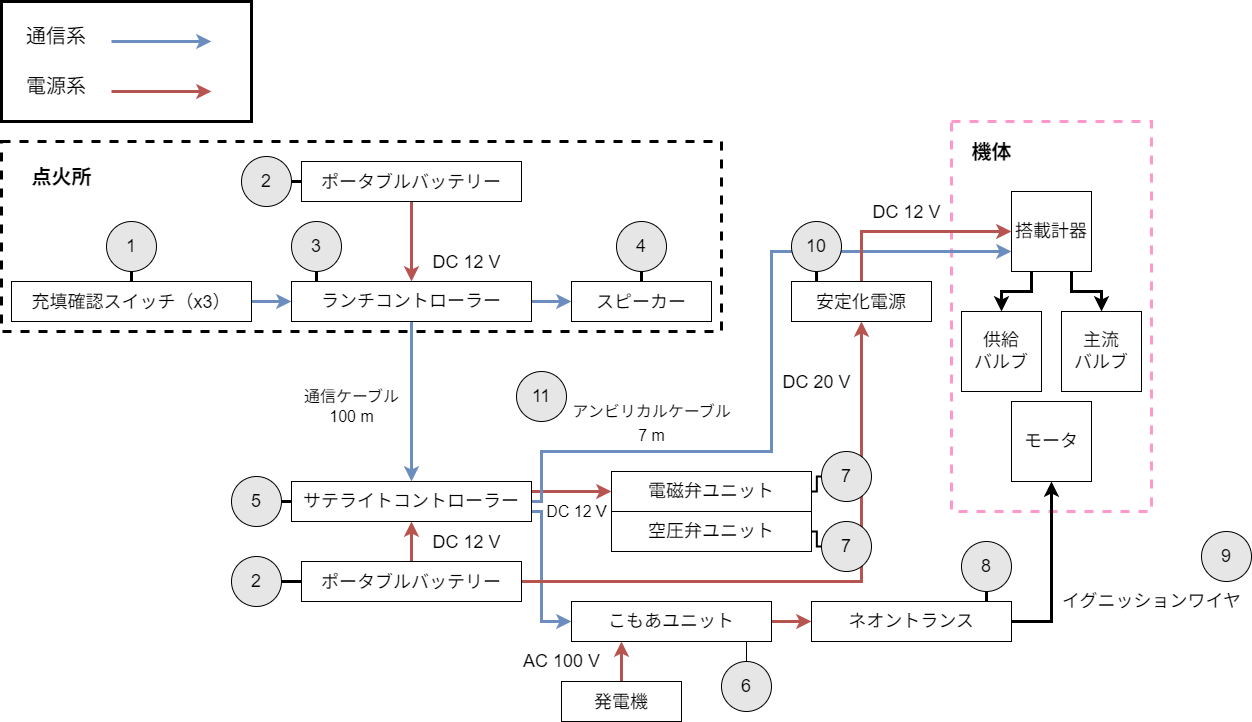
Earlier version of the draw.io export Documents/Pictures/SafetyReview/WiringSystemDiagram.png (tokai-student-rocket-project/Gen6-GSE-Elec). Source tidied: cells renumbered, new cells last; positions are measured from the earlier drawing's top-left corner, leaving out a move shared by most shapes.
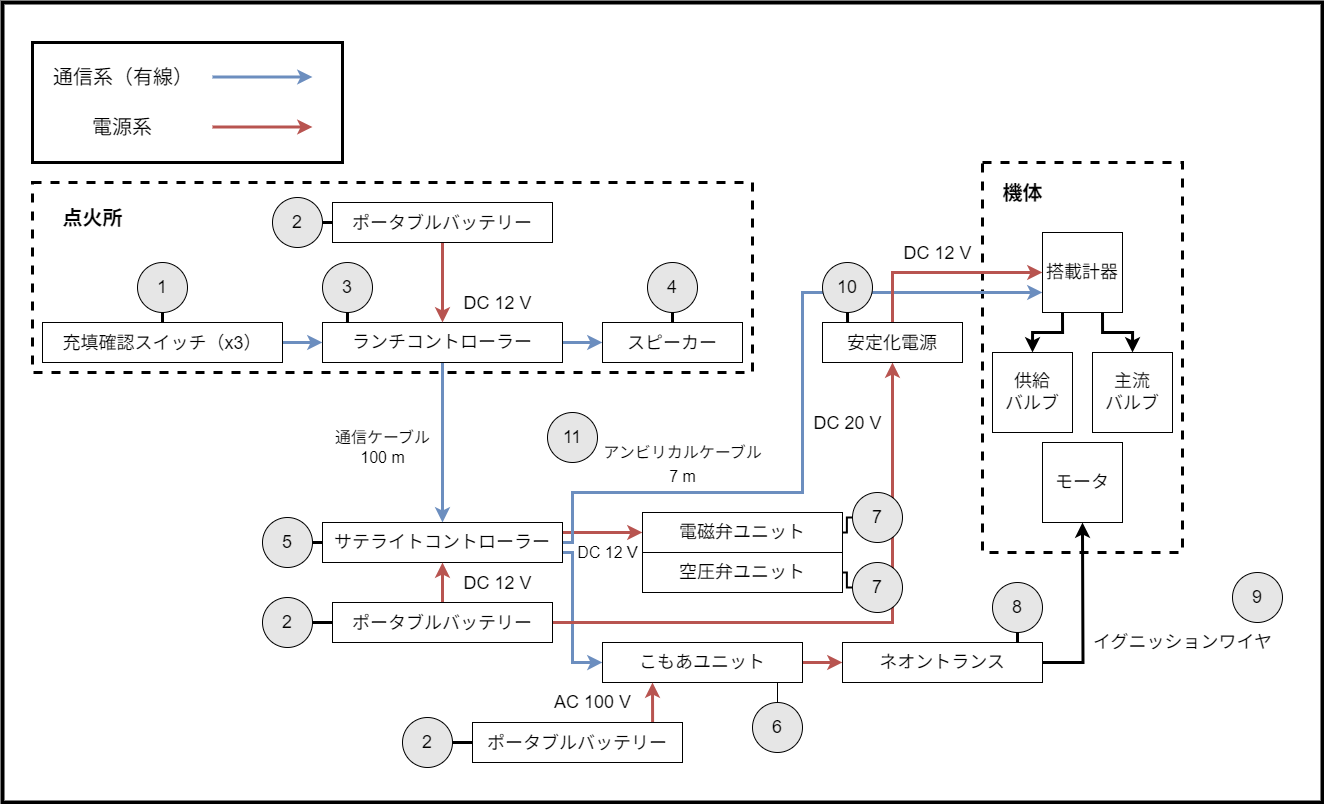
After the commit.

Commit message:
電気配線図を更新

The edit, as a diff of the source:
```diff
@@ -2,10 +2,13 @@
   <root>
     <mxCell id="0" />
     <mxCell id="1" parent="0" />
+    <mxCell id="76" style="rounded=0;whiteSpace=wrap;html=1;strokeWidth=4;" parent="1" vertex="1">
+      <mxGeometry x="-30" y="-40" width="1320" height="800" as="geometry" />
+    </mxCell>
     <mxCell id="2" style="rounded=0;whiteSpace=wrap;html=1;fontSize=18;dashed=1;fillColor=none;strokeWidth=3;" parent="1" vertex="1">
       <mxGeometry y="140" width="720" height="190" as="geometry" />
     </mxCell>
-    <mxCell id="3" style="rounded=0;whiteSpace=wrap;html=1;dashed=1;strokeColor=#FF99CC;strokeWidth=3;fontSize=18;fillColor=none;" parent="1" vertex="1">
+    <mxCell id="3" style="rounded=0;whiteSpace=wrap;html=1;dashed=1;strokeColor=#000000;strokeWidth=3;fontSize=18;fillColor=none;" parent="1" vertex="1">
       <mxGeometry x="950" y="120" width="200" height="390" as="geometry" />
     </mxCell>
     <mxCell id="4" style="edgeStyle=none;html=1;entryX=0;entryY=0.5;entryDx=0;entryDy=0;strokeWidth=3;fontSize=20;endArrow=classic;endFill=1;fillColor=#dae8fc;strokeColor=#6c8ebf;" parent="1" edge="1" source="6" target="9">
@@ -105,14 +108,16 @@
       <mxGeometry x="570" y="600" width="200" height="40" as="geometry" />
     </mxCell>
     <mxCell id="32" style="edgeStyle=orthogonalEdgeStyle;rounded=0;html=1;entryX=0.25;entryY=1;entryDx=0;entryDy=0;strokeColor=#b85450;strokeWidth=3;fontSize=18;endArrow=classic;endFill=1;fillColor=#f8cecc;" parent="1" edge="1" source="33" target="31">
-      <mxGeometry relative="1" as="geometry" />
+      <mxGeometry relative="1" as="geometry">
+        <Array as="points">
+          <mxPoint x="620" y="670" />
+          <mxPoint x="620" y="670" />
+        </Array>
+      </mxGeometry>
     </mxCell>
-    <mxCell id="33" value="&lt;font style=&quot;font-size: 18px;&quot;&gt;発電機&lt;/font&gt;" style="rounded=0;whiteSpace=wrap;html=1;fontSize=20;" parent="1" vertex="1">
-      <mxGeometry x="560" y="680" width="120" height="40" as="geometry" />
+    <mxCell id="33" value="&lt;font style=&quot;font-size: 18px;&quot;&gt;ポータブルバッテリー&lt;/font&gt;" style="rounded=0;whiteSpace=wrap;html=1;fontSize=20;" parent="1" vertex="1">
+      <mxGeometry x="440" y="680" width="210" height="40" as="geometry" />
     </mxCell>
-    <mxCell id="34" style="edgeStyle=none;html=1;" parent="1" edge="1" source="35" target="33">
-      <mxGeometry relative="1" as="geometry" />
-    </mxCell>
     <mxCell id="35" value="AC 100 V" style="text;html=1;align=center;verticalAlign=middle;points=[];strokeColor=none;fillColor=none;fontSize=18;" parent="1" vertex="1">
       <mxGeometry x="510" y="640" width="100" height="40" as="geometry" />
     </mxCell>
@@ -167,24 +172,24 @@
       <mxGeometry x="790" y="220" width="50" height="50" as="geometry" />
     </mxCell>
     <mxCell id="52" style="rounded=0;whiteSpace=wrap;html=1;fontSize=18;fillColor=none;strokeWidth=3;" parent="1" vertex="1">
-      <mxGeometry width="250" height="120" as="geometry" />
+      <mxGeometry width="310" height="120" as="geometry" />
     </mxCell>
-    <mxCell id="53" value="&lt;font style=&quot;font-size: 20px;&quot;&gt;通信系&lt;/font&gt;" style="text;html=1;strokeColor=none;fillColor=none;align=center;verticalAlign=middle;whiteSpace=wrap;rounded=0;dashed=1;strokeWidth=3;fontSize=18;" parent="1" vertex="1">
-      <mxGeometry x="20" y="20" width="70" height="30" as="geometry" />
+    <mxCell id="53" value="&lt;font style=&quot;font-size: 20px;&quot;&gt;通信系（有線）&lt;/font&gt;" style="text;html=1;strokeColor=none;fillColor=none;align=center;verticalAlign=middle;whiteSpace=wrap;rounded=0;dashed=1;strokeWidth=3;fontSize=18;" parent="1" vertex="1">
+      <mxGeometry x="20" y="20" width="140" height="30" as="geometry" />
     </mxCell>
     <mxCell id="54" value="&lt;font style=&quot;font-size: 20px;&quot;&gt;電源系&lt;/font&gt;" style="text;html=1;strokeColor=none;fillColor=none;align=center;verticalAlign=middle;whiteSpace=wrap;rounded=0;dashed=1;strokeWidth=3;fontSize=18;" parent="1" vertex="1">
-      <mxGeometry x="20" y="70" width="70" height="30" as="geometry" />
+      <mxGeometry x="55" y="70" width="70" height="30" as="geometry" />
     </mxCell>
     <mxCell id="55" style="endArrow=classic;html=1;rounded=0;strokeColor=#6c8ebf;strokeWidth=3;fontSize=18;fillColor=#dae8fc;" parent="1" edge="1">
       <mxGeometry relative="1" as="geometry">
-        <mxPoint x="110" y="40" as="sourcePoint" />
-        <mxPoint x="210" y="40" as="targetPoint" />
+        <mxPoint x="180" y="34.5" as="sourcePoint" />
+        <mxPoint x="280" y="34.5" as="targetPoint" />
       </mxGeometry>
     </mxCell>
     <mxCell id="56" style="endArrow=classic;html=1;rounded=0;strokeColor=#b85450;strokeWidth=3;fontSize=18;fillColor=#f8cecc;" parent="1" edge="1">
       <mxGeometry relative="1" as="geometry">
-        <mxPoint x="110" y="90" as="sourcePoint" />
-        <mxPoint x="210" y="90" as="targetPoint" />
+        <mxPoint x="180" y="84.5" as="sourcePoint" />
+        <mxPoint x="280" y="84.5" as="targetPoint" />
       </mxGeometry>
     </mxCell>
     <mxCell id="57" style="endArrow=none;html=1;rounded=0;strokeColor=#000000;strokeWidth=3;fontSize=20;entryX=0.5;entryY=1;entryDx=0;entryDy=0;exitX=0.5;exitY=0;exitDx=0;exitDy=0;" parent="1" edge="1" source="9" target="25">
@@ -244,5 +249,13 @@
     <mxCell id="75" value="&lt;b&gt;機体&lt;/b&gt;" style="text;html=1;align=center;verticalAlign=middle;strokeColor=none;fillColor=none;fontSize=20;" parent="1" vertex="1">
       <mxGeometry x="960" y="130" width="60" height="40" as="geometry" />
     </mxCell>
+    <mxCell id="77" value="2" style="ellipse;whiteSpace=wrap;html=1;fontSize=18;fillColor=#E6E6E6;" parent="1" vertex="1">
+      <mxGeometry x="370" y="675" width="50" height="50" as="geometry" />
+    </mxCell>
+    <mxCell id="78" style="endArrow=none;html=1;rounded=0;strokeColor=#000000;strokeWidth=3;fontSize=20;exitX=1;exitY=0.5;exitDx=0;exitDy=0;entryX=0;entryY=0.5;entryDx=0;entryDy=0;" parent="1" edge="1" source="77">
+      <mxGeometry relative="1" as="geometry">
+        <mxPoint x="440" y="700" as="targetPoint" />
+      </mxGeometry>
+    </mxCell>
   </root>
 </mxGraphModel>
```
